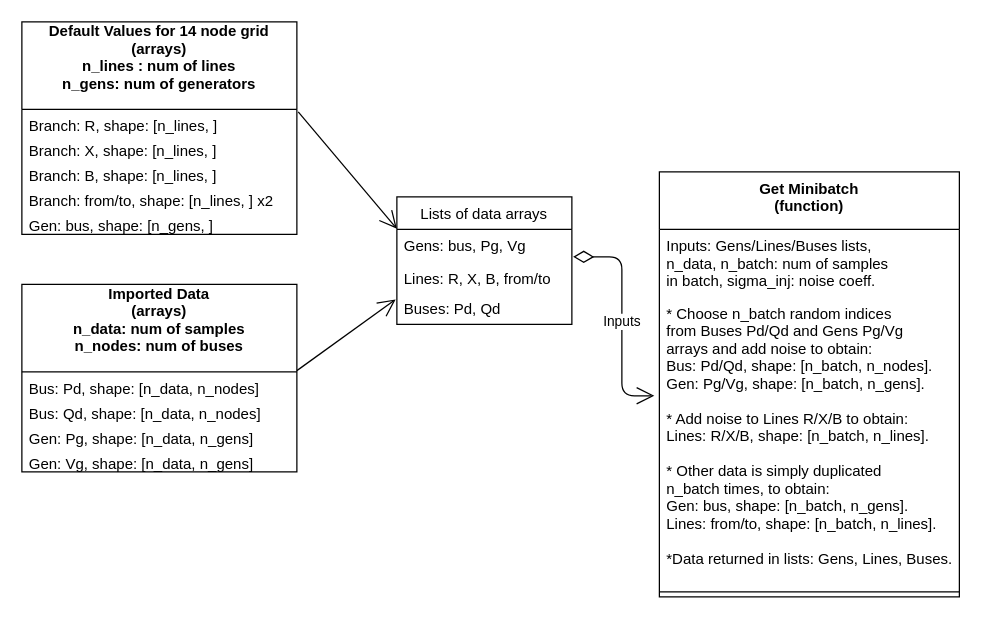
Above: GNN_PF.drawio in tanushBee/hello-world (draw.io), before the change. Source tidied: cells renumbered, new cells numbered last; positions are measured from the earlier drawing's top-left corner, leaving out a move shared by most shapes. Both pictures are drawn from the tidied source at 125%, with x=0, y=0 at pixel (21, 21).
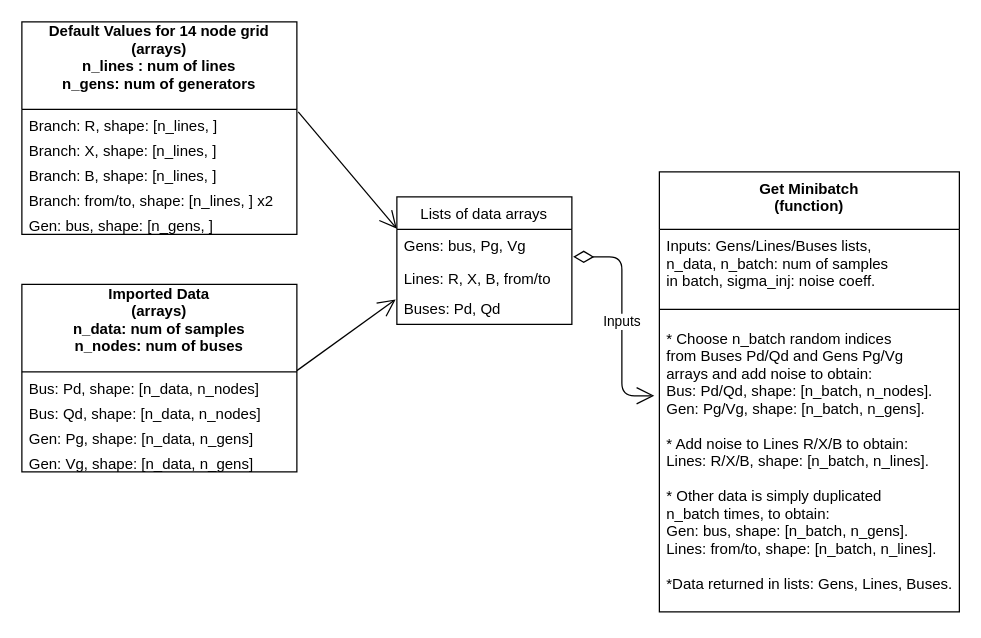
Above is the later version.

Unchanged cells that the change refers to:
```xml
<mxCell id="21" value="Lines: R, X, B, from/to" style="text;strokeColor=none;fillColor=none;align=left;verticalAlign=top;spacingLeft=4;spacingRight=4;overflow=hidden;points=[[0,0.5],[1,0.5]];portConstraint=eastwest;" parent="19" vertex="1">
  <mxGeometry y="52" width="140" height="24" as="geometry" />
</mxCell>
```

What changed in the source:
```diff
@@
     <mxCell id="15" value="Get Minibatch&#10;(function)&#10;" style="swimlane;fontStyle=1;align=center;verticalAlign=top;horizontal=1;startSize=46;" parent="1" vertex="1">
-      <mxGeometry x="510" y="120" width="240" height="340" as="geometry" />
+      <mxGeometry x="510" y="120" width="240" height="352" as="geometry" />
     </mxCell>
@@
+    <mxCell id="18" style="line;strokeWidth=1;fillColor=none;align=left;verticalAlign=middle;spacingTop=-1;spacingLeft=3;spacingRight=3;labelPosition=right;" parent="15" vertex="1">
+      <mxGeometry y="100" width="240" height="20" as="geometry" />
+    </mxCell>
     <mxCell id="17" value="* Choose n_batch random indices &#10;from Buses Pd/Qd and Gens Pg/Vg&#10;arrays and add noise to obtain:&#10;Bus: Pd/Qd, shape: [n_batch, n_nodes].&#10;Gen: Pg/Vg, shape: [n_batch, n_gens].&#10;&#10;* Add noise to Lines R/X/B to obtain:&#10;Lines: R/X/B, shape: [n_batch, n_lines].&#10;&#10;* Other data is simply duplicated  &#10;n_batch times, to obtain:&#10;Gen: bus, shape: [n_batch, n_gens].&#10;Lines: from/to, shape: [n_batch, n_lines].&#10;&#10;*Data returned in lists: Gens, Lines, Buses.&#10; " style="text;strokeColor=none;fillColor=none;align=left;verticalAlign=top;spacingLeft=4;spacingRight=4;overflow=hidden;points=[[0,0.5],[1,0.5]];portConstraint=eastwest;" parent="15" vertex="1">
-      <mxGeometry y="100" width="240" height="232" as="geometry" />
+      <mxGeometry y="120" width="240" height="232" as="geometry" />
     </mxCell>
-    <mxCell id="18" style="line;strokeWidth=1;fillColor=none;align=left;verticalAlign=middle;spacingTop=-1;spacingLeft=3;spacingRight=3;labelPosition=right;" parent="15" vertex="1">
-      <mxGeometry y="332" width="240" height="8" as="geometry" />
-    </mxCell>
@@
-    <mxCell id="23" value="Inputs" style="endArrow=open;html=1;endSize=12;startArrow=diamondThin;startSize=14;startFill=0;edgeStyle=orthogonalEdgeStyle;exitX=1.007;exitY=-0.167;exitDx=0;exitDy=0;exitPerimeter=0;entryX=-0.017;entryY=0.341;entryDx=0;entryDy=0;entryPerimeter=0;" parent="1" edge="1" source="21" target="17">
+    <mxCell id="23" value="Inputs" style="endArrow=open;html=1;endSize=12;startArrow=diamondThin;startSize=14;startFill=0;edgeStyle=orthogonalEdgeStyle;exitX=1.007;exitY=-0.167;exitDx=0;exitDy=0;exitPerimeter=0;entryX=-0.017;entryY=0.341;entryDx=0;entryDy=0;entryPerimeter=0;" parent="1" edge="1" source="21">
       <mxGeometry x="0.03" relative="1" as="geometry">
+        <mxPoint x="505.9" y="299.1" as="targetPoint" />
         <Array as="points">
           <mxPoint x="480" y="188" />
           <mxPoint x="480" y="299" />
         </Array>
       </mxGeometry>
     </mxCell>
```
